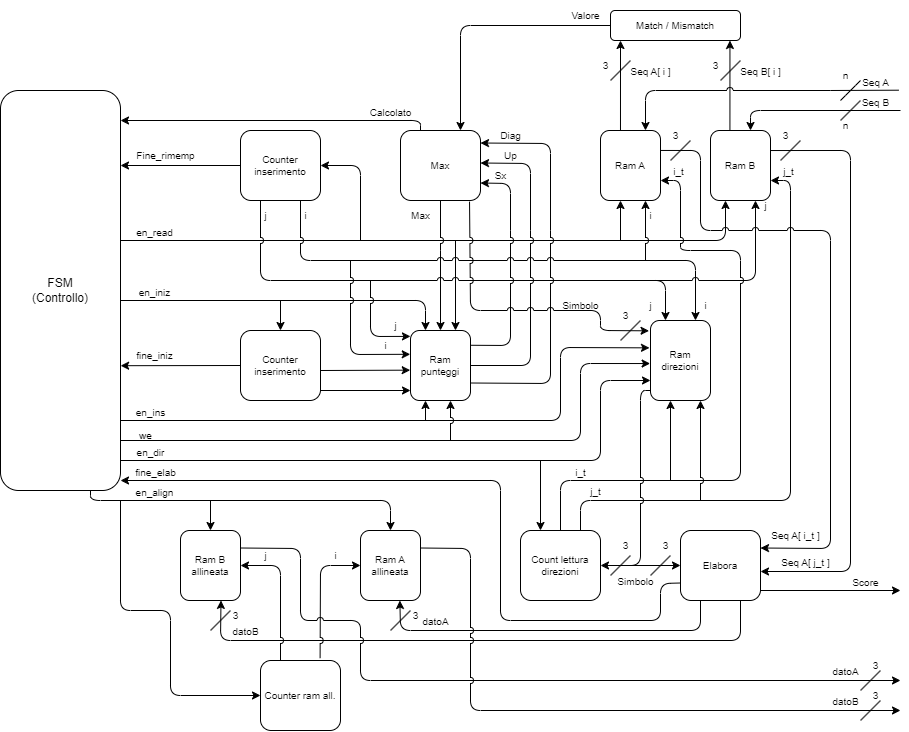
This is DatapathSchematic.drawio.png from Dani-Picciau/NW_algorithm, a draw.io export, as it was before one commit. Source tidied: cells renumbered, new cells last; positions are measured from the earlier drawing's top-left corner, leaving out a move shared by most shapes.
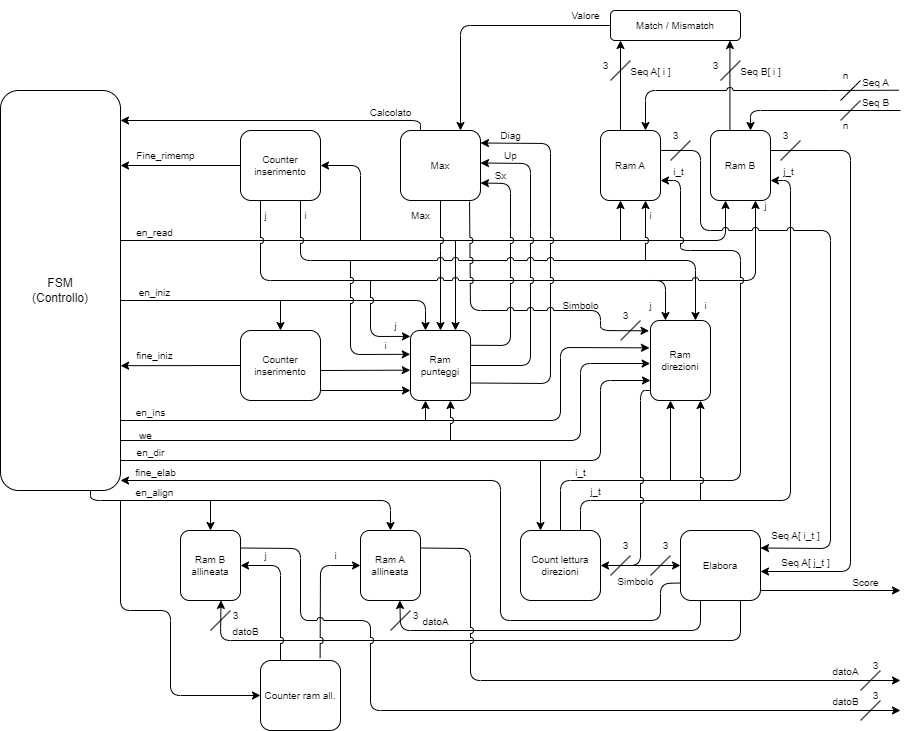
Above is the later version.

Commit message:
aggiornamento datapath

Change to the diagram source:
```diff
@@ -653,23 +653,26 @@
         </Array>
       </mxGeometry>
     </mxCell>
-    <mxCell id="129" style="endArrow=classic;html=1;jumpStyle=arc;exitX=1;exitY=0.25;exitDx=0;exitDy=0;" parent="1" edge="1" source="110">
+    <mxCell id="129" style="endArrow=classic;html=1;jumpStyle=arc;exitX=1;exitY=0.25;exitDx=0;exitDy=0;" parent="1" edge="1" source="111">
       <mxGeometry relative="1" as="geometry">
         <mxPoint x="900" y="680" as="targetPoint" />
         <Array as="points">
-          <mxPoint x="300" y="548" />
-          <mxPoint x="300" y="620" />
-          <mxPoint x="360" y="620" />
-          <mxPoint x="360" y="680" />
+          <mxPoint x="470" y="548" />
+          <mxPoint x="470" y="570" />
+          <mxPoint x="470" y="610" />
+          <mxPoint x="470" y="650" />
+          <mxPoint x="470" y="680" />
         </Array>
       </mxGeometry>
     </mxCell>
-    <mxCell id="130" style="endArrow=classic;html=1;jumpStyle=arc;exitX=1;exitY=0.25;exitDx=0;exitDy=0;" parent="1" edge="1" source="111">
+    <mxCell id="130" style="endArrow=classic;html=1;jumpStyle=arc;exitX=1;exitY=0.25;exitDx=0;exitDy=0;" parent="1" edge="1" source="110">
       <mxGeometry relative="1" as="geometry">
         <mxPoint x="900" y="710" as="targetPoint" />
         <Array as="points">
-          <mxPoint x="470" y="548" />
-          <mxPoint x="470" y="710" />
+          <mxPoint x="300" y="548" />
+          <mxPoint x="300" y="620" />
+          <mxPoint x="370" y="620" />
+          <mxPoint x="370" y="710" />
         </Array>
       </mxGeometry>
     </mxCell>
```
